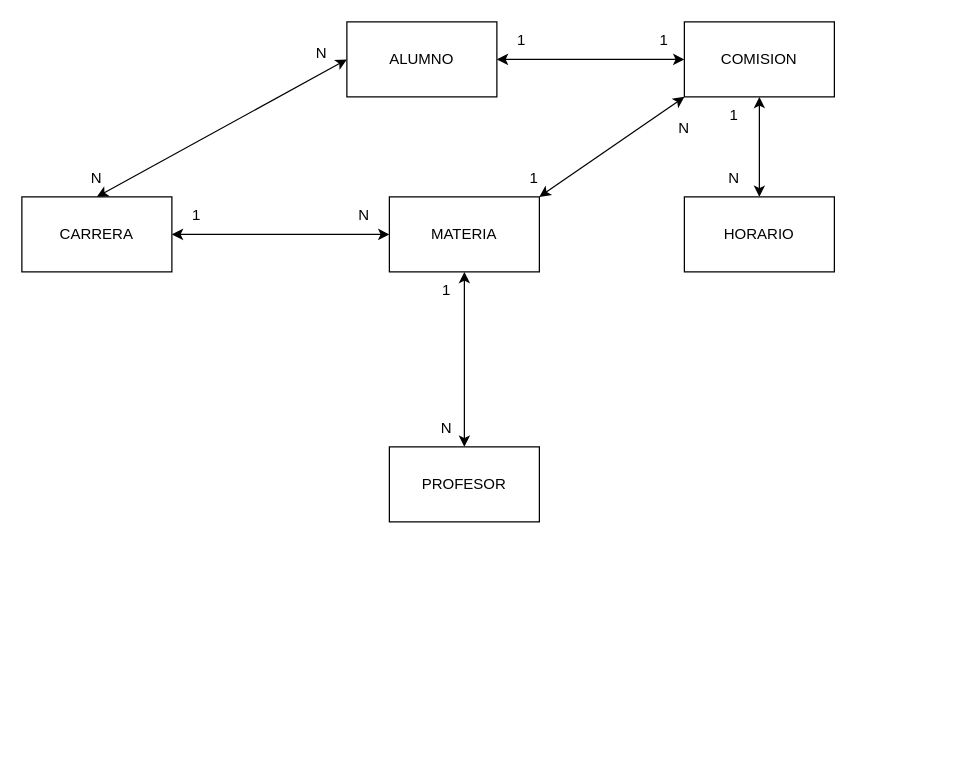
Before: BD/AA22.drawio in Damaal/PracticaJAVA, a draw.io diagram. Source tidied: cells renumbered, new cells numbered last; positions are measured from the earlier drawing's top-left corner, leaving out a move shared by most shapes. Both pictures are drawn from the tidied source at 125%, with x=0, y=0 at pixel (21, 21).
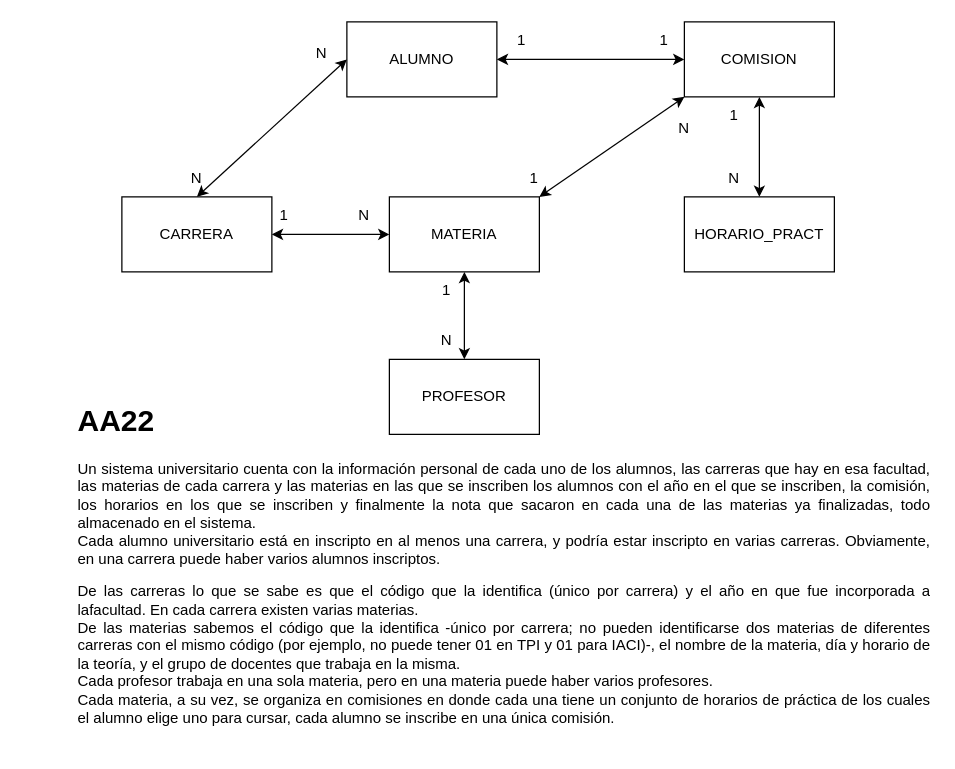
The same page after the edit.

What changed in the source:
```diff
@@
     <mxCell id="3" value="CARRERA" style="rounded=0;whiteSpace=wrap;html=1;" parent="1" vertex="1">
-      <mxGeometry y="140" width="120" height="60" as="geometry" />
+      <mxGeometry x="80" y="140" width="120" height="60" as="geometry" />
     </mxCell>
@@
     <mxCell id="6" value="N" style="text;html=1;strokeColor=none;fillColor=none;align=center;verticalAlign=middle;whiteSpace=wrap;rounded=0;" parent="1" vertex="1">
-      <mxGeometry x="40" y="110" width="40" height="30" as="geometry" />
+      <mxGeometry x="120" y="110" width="40" height="30" as="geometry" />
     </mxCell>
@@
     <mxCell id="10" value="1" style="text;html=1;strokeColor=none;fillColor=none;align=center;verticalAlign=middle;whiteSpace=wrap;rounded=0;" parent="1" vertex="1">
-      <mxGeometry x="120" y="140" width="40" height="30" as="geometry" />
+      <mxGeometry x="190" y="140" width="40" height="30" as="geometry" />
     </mxCell>
     <mxCell id="11" value="PROFESOR" style="rounded=0;whiteSpace=wrap;html=1;" parent="1" vertex="1">
-      <mxGeometry x="294" y="340" width="120" height="60" as="geometry" />
+      <mxGeometry x="294" y="270" width="120" height="60" as="geometry" />
     </mxCell>
@@
     <mxCell id="14" value="N" style="text;html=1;strokeColor=none;fillColor=none;align=center;verticalAlign=middle;whiteSpace=wrap;rounded=0;" parent="1" vertex="1">
-      <mxGeometry x="320" y="310" width="40" height="30" as="geometry" />
+      <mxGeometry x="320" y="240" width="40" height="30" as="geometry" />
     </mxCell>
@@
-    <mxCell id="19" value="&lt;div&gt;HORARIO&lt;/div&gt;" style="rounded=0;whiteSpace=wrap;html=1;" parent="1" vertex="1">
+    <mxCell id="19" value="&lt;div&gt;HORARIO_PRACT&lt;/div&gt;" style="rounded=0;whiteSpace=wrap;html=1;" parent="1" vertex="1">
       <mxGeometry x="530" y="140" width="120" height="60" as="geometry" />
     </mxCell>
@@
+    <mxCell id="26" value="&lt;h1&gt;AA22&lt;/h1&gt;&lt;div align=&quot;justify&quot;&gt;&lt;p&gt;Un sistema universitario cuenta con la información personal de cada uno de los alumnos, las carreras que hay en esa facultad, las materias de cada carrera y las materias en las que se inscriben los alumnos con el año en el que se inscriben, la comisión, los horarios en los que se inscriben y finalmente la nota que sacaron en cada una de las materias ya finalizadas, todo almacenado en el sistema.&lt;br&gt;Cada alumno universitario está en inscripto en al menos una carrera, y podría estar inscripto en varias carreras. Obviamente, en una carrera puede haber varios alumnos inscriptos.&lt;br&gt;&lt;/p&gt;De las carreras lo que se sabe es que el código que la identifica (único por carrera) y el año en que fue incorporada a lafacultad. En cada carrera existen varias materias.&lt;br&gt;De las materias sabemos el código que la identifica -único por carrera; no pueden identificarse dos materias de diferentes carreras con el mismo código (por ejemplo, no puede tener 01 en TPI y 01 para IACI)-, el nombre de la materia, día y horario de la teoría, y el grupo de docentes que trabaja en la misma.&lt;br&gt;Cada profesor trabaja en una sola materia, pero en una materia puede haber varios profesores.&lt;br&gt;Cada materia, a su vez, se organiza en comisiones en donde cada una tiene un conjunto de horarios de práctica de los cuales el alumno elige uno para cursar, cada alumno se inscribe en una única comisión. &lt;br&gt;&lt;/div&gt;&lt;p&gt;&lt;br&gt;&lt;/p&gt;" style="text;html=1;strokeColor=none;fillColor=none;spacing=5;spacingTop=-20;whiteSpace=wrap;overflow=hidden;rounded=0;" parent="1" vertex="1">
+      <mxGeometry x="40" y="300" width="690" height="280" as="geometry" />
+    </mxCell>
```
